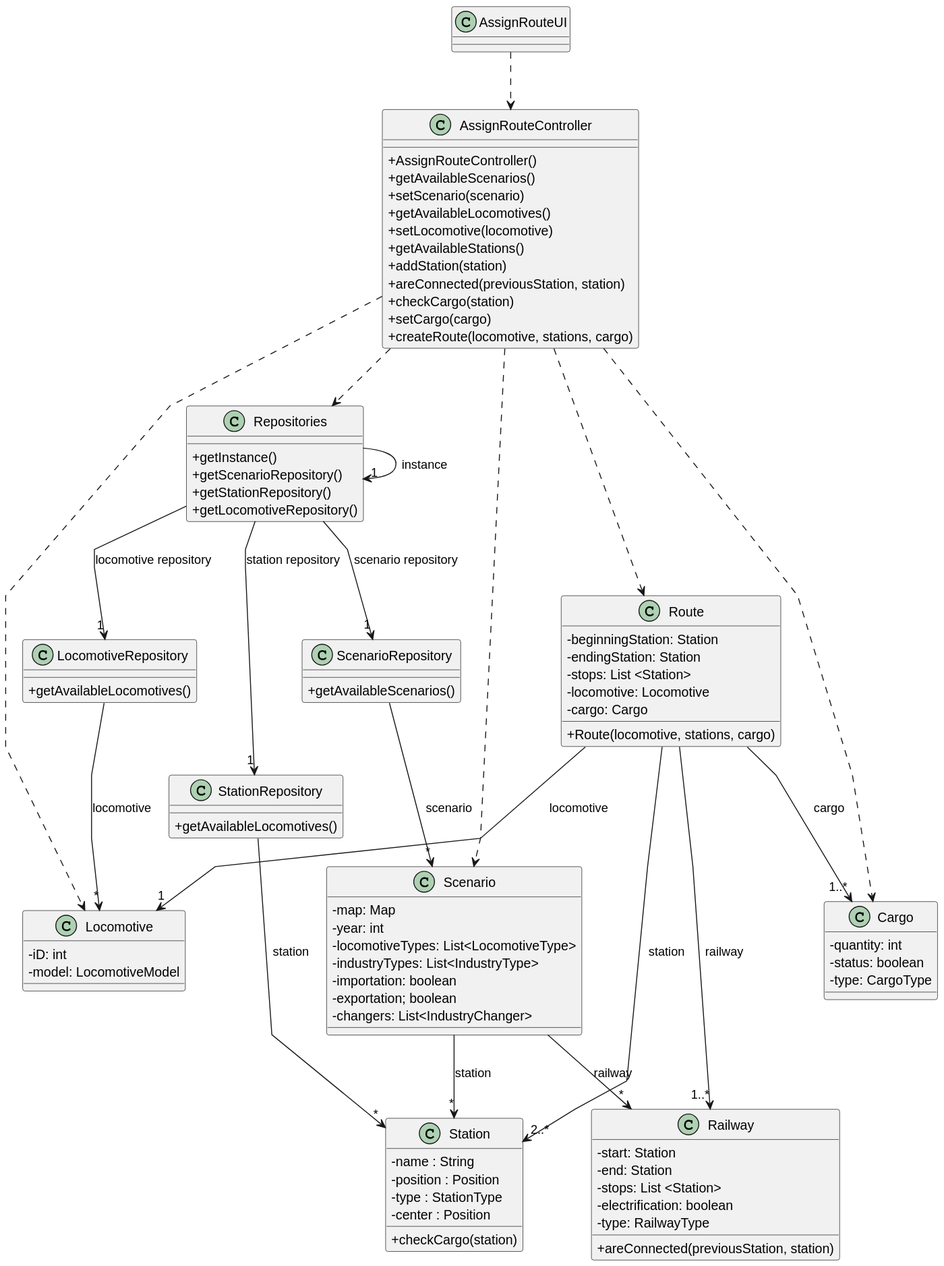
Before: Sprint2/US010/03.design/svg/US010-CD.svg, a diagram exported from PlantUML (1240935/pi2-railway-simulator).
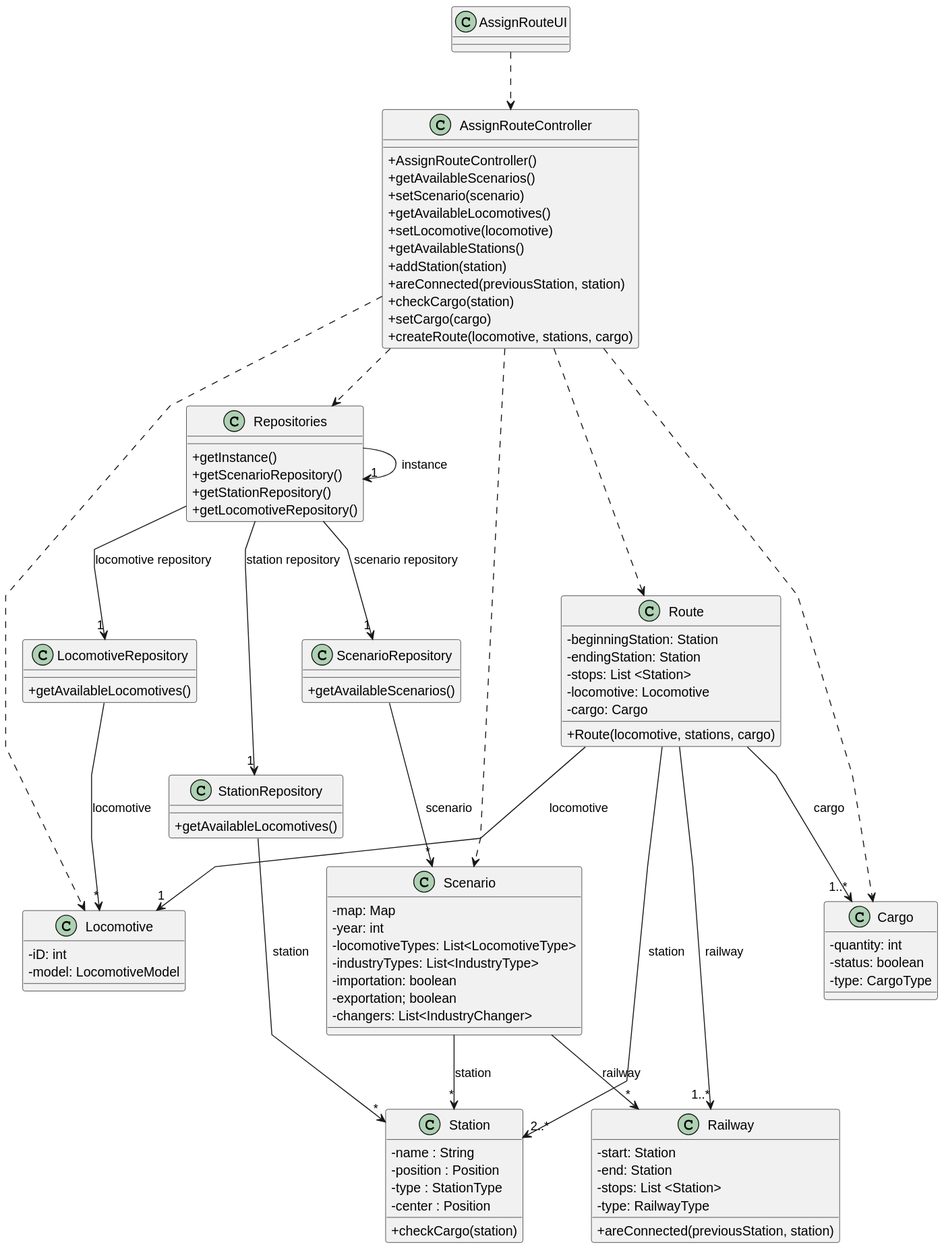
Above is the later version.

The edit, as a diff of the source:
```diff
@@ -85,7 +85,6 @@
    -start: Station
    -end: Station
    -stops: List <Station>
-   -electrification: boolean
    -type: RailwayType
    +areConnected(previousStation, station)
 }
```
